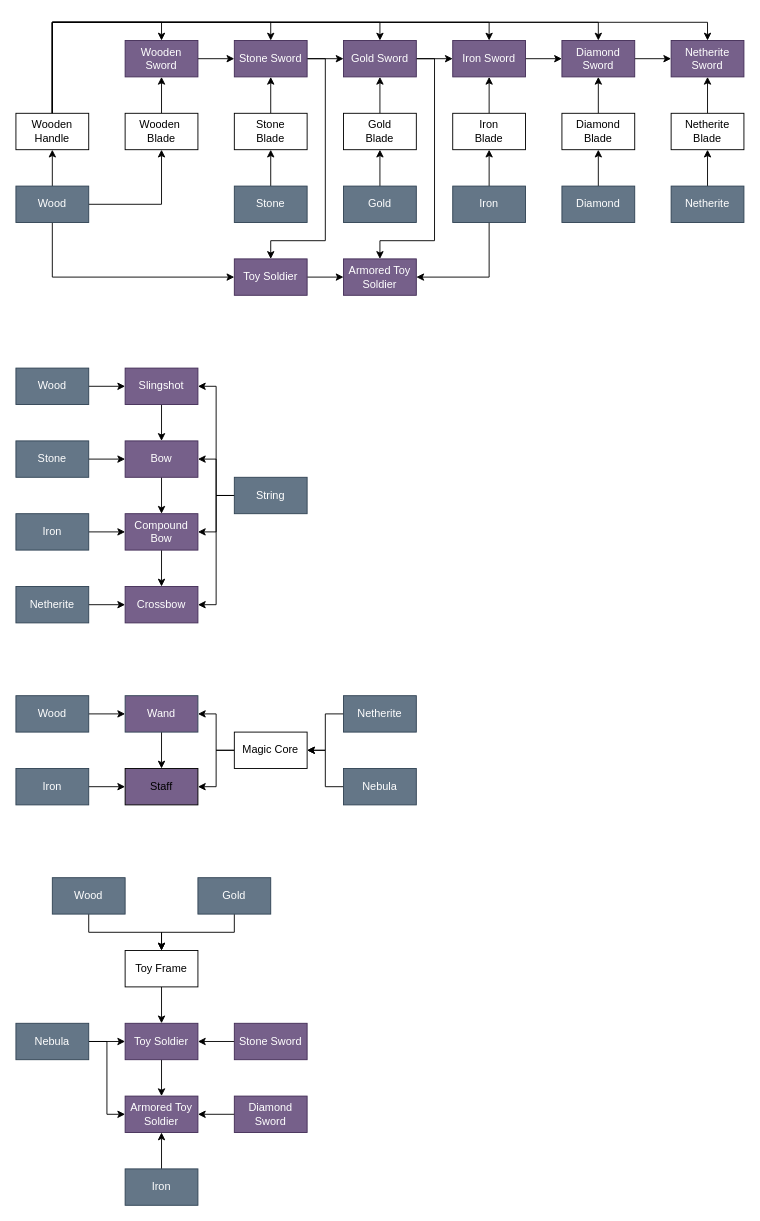
The draw.io diagram docs/Reagent Tree.drawio in SenseiJu/SennetIdle, before the edit. Source tidied: cells renumbered, new cells numbered last; positions are measured from the earlier drawing's top-left corner, leaving out a move shared by most shapes. Both pictures are drawn from the tidied source at 91%, with x=0, y=0 at pixel (15, 22).
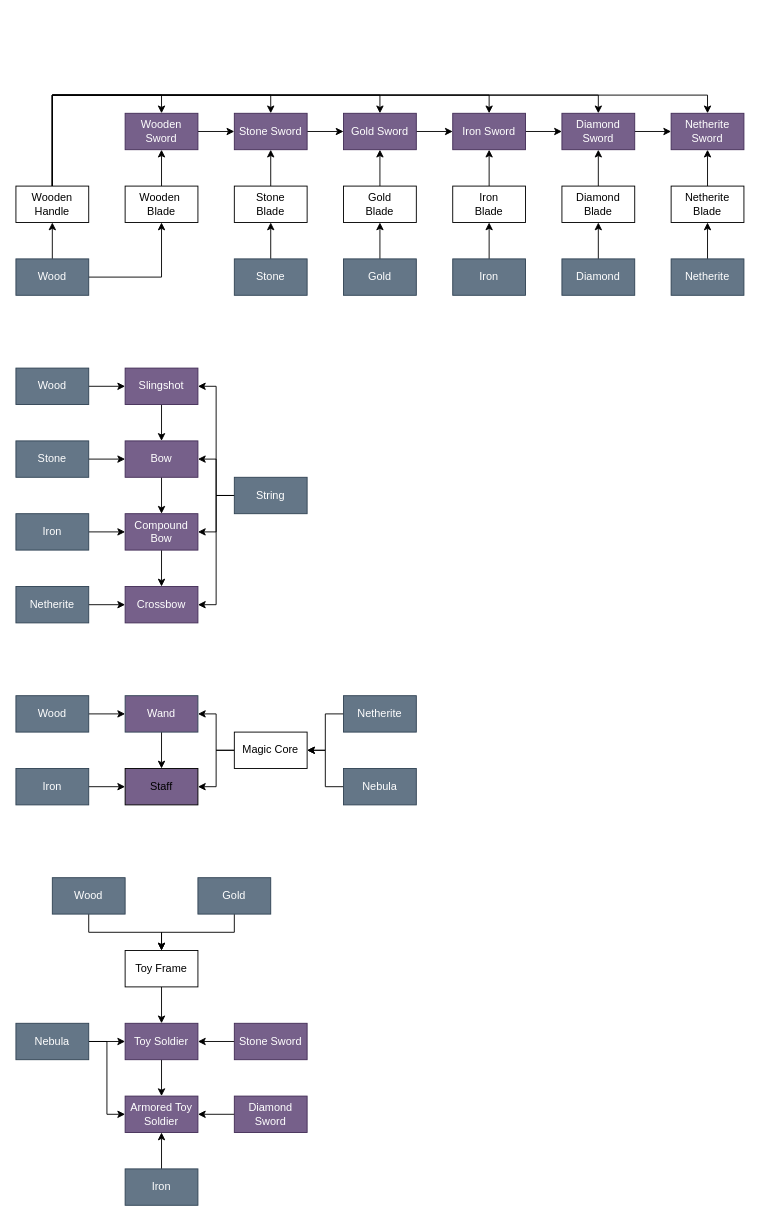
The same diagram, later.

The edit, as a diff of the source:
```diff
@@
-    <mxCell id="4" style="edgeStyle=orthogonalEdgeStyle;rounded=0;jettySize=auto;html=1;entryX=0;entryY=0.5;entryDx=0;entryDy=0;" parent="1" edge="1" source="5" target="52">
-      <mxGeometry relative="1" as="geometry">
-        <Array as="points">
-          <mxPoint x="40" y="280" />
-        </Array>
-      </mxGeometry>
-    </mxCell>
     <mxCell id="5" value="Wood" style="rounded=0;whiteSpace=wrap;html=1;fillColor=#647687;strokeColor=#314354;fontColor=#ffffff;" parent="1" vertex="1">
-      <mxGeometry y="180" width="80" height="40" as="geometry" />
+      <mxGeometry y="260" width="80" height="40" as="geometry" />
     </mxCell>
@@
     <mxCell id="7" value="Wooden&amp;nbsp;&lt;br&gt;Blade" style="rounded=0;whiteSpace=wrap;html=1;" parent="1" vertex="1">
-      <mxGeometry x="120" y="100" width="80" height="40" as="geometry" />
+      <mxGeometry x="120" y="180" width="80" height="40" as="geometry" />
     </mxCell>
     <mxCell id="8" style="edgeStyle=orthogonalEdgeStyle;rounded=0;jettySize=auto;html=1;entryX=0.5;entryY=0;entryDx=0;entryDy=0;" parent="1" edge="1" source="14" target="50">
       <mxGeometry relative="1" as="geometry">
         <Array as="points">
-          <mxPoint x="40" />
-          <mxPoint x="400" />
+          <mxPoint x="40" y="80" />
+          <mxPoint x="400" y="80" />
         </Array>
       </mxGeometry>
     </mxCell>
     <mxCell id="9" style="edgeStyle=orthogonalEdgeStyle;rounded=0;jettySize=auto;html=1;entryX=0.5;entryY=0;entryDx=0;entryDy=0;" parent="1" edge="1" source="14" target="45">
       <mxGeometry relative="1" as="geometry">
         <Array as="points">
-          <mxPoint x="40" />
-          <mxPoint x="640" />
+          <mxPoint x="40" y="80" />
+          <mxPoint x="640" y="80" />
         </Array>
       </mxGeometry>
     </mxCell>
     <mxCell id="10" style="edgeStyle=orthogonalEdgeStyle;rounded=0;jettySize=auto;html=1;entryX=0.5;entryY=0;entryDx=0;entryDy=0;" parent="1" edge="1" source="14" target="32">
       <mxGeometry relative="1" as="geometry">
         <Array as="points">
-          <mxPoint x="40" />
-          <mxPoint x="280" />
+          <mxPoint x="40" y="80" />
+          <mxPoint x="280" y="80" />
         </Array>
       </mxGeometry>
     </mxCell>
     <mxCell id="11" style="edgeStyle=orthogonalEdgeStyle;rounded=0;jettySize=auto;html=1;entryX=0.5;entryY=0;entryDx=0;entryDy=0;" parent="1" edge="1" source="14" target="16">
       <mxGeometry relative="1" as="geometry">
         <Array as="points">
-          <mxPoint x="40" />
-          <mxPoint x="160" />
+          <mxPoint x="40" y="80" />
+          <mxPoint x="160" y="80" />
         </Array>
       </mxGeometry>
     </mxCell>
     <mxCell id="12" style="edgeStyle=orthogonalEdgeStyle;rounded=0;jettySize=auto;html=1;entryX=0.5;entryY=0;entryDx=0;entryDy=0;" parent="1" edge="1" source="14" target="47">
       <mxGeometry relative="1" as="geometry">
         <Array as="points">
-          <mxPoint x="40" />
-          <mxPoint x="520" />
+          <mxPoint x="40" y="80" />
+          <mxPoint x="520" y="80" />
         </Array>
       </mxGeometry>
     </mxCell>
     <mxCell id="13" style="edgeStyle=orthogonalEdgeStyle;rounded=0;jettySize=auto;html=1;entryX=0.5;entryY=0;entryDx=0;entryDy=0;" parent="1" edge="1" source="14" target="43">
       <mxGeometry relative="1" as="geometry">
         <Array as="points">
-          <mxPoint x="40" />
-          <mxPoint x="760" />
+          <mxPoint x="40" y="80" />
+          <mxPoint x="760" y="80" />
         </Array>
       </mxGeometry>
     </mxCell>
     <mxCell id="14" value="Wooden Handle" style="rounded=0;whiteSpace=wrap;html=1;" parent="1" vertex="1">
-      <mxGeometry y="100" width="80" height="40" as="geometry" />
+      <mxGeometry y="180" width="80" height="40" as="geometry" />
     </mxCell>
@@
     <mxCell id="16" value="Wooden Sword" style="rounded=0;whiteSpace=wrap;html=1;fillColor=#76608a;fontColor=#ffffff;strokeColor=#432D57;" parent="1" vertex="1">
-      <mxGeometry x="120" y="20" width="80" height="40" as="geometry" />
+      <mxGeometry x="120" y="100" width="80" height="40" as="geometry" />
     </mxCell>
@@
     <mxCell id="18" value="Stone" style="rounded=0;whiteSpace=wrap;html=1;fillColor=#647687;strokeColor=#314354;fontColor=#ffffff;" parent="1" vertex="1">
-      <mxGeometry x="240" y="180" width="80" height="40" as="geometry" />
+      <mxGeometry x="240" y="260" width="80" height="40" as="geometry" />
     </mxCell>
@@
-    <mxCell id="20" style="edgeStyle=orthogonalEdgeStyle;rounded=0;jettySize=auto;html=1;entryX=1;entryY=0.5;entryDx=0;entryDy=0;" parent="1" edge="1" source="21" target="53">
-      <mxGeometry relative="1" as="geometry">
-        <Array as="points">
-          <mxPoint x="520" y="280" />
-        </Array>
-      </mxGeometry>
-    </mxCell>
     <mxCell id="21" value="Iron" style="rounded=0;whiteSpace=wrap;html=1;fillColor=#647687;strokeColor=#314354;fontColor=#ffffff;" parent="1" vertex="1">
-      <mxGeometry x="480" y="180" width="80" height="40" as="geometry" />
+      <mxGeometry x="480" y="260" width="80" height="40" as="geometry" />
     </mxCell>
@@
     <mxCell id="23" value="Gold" style="rounded=0;whiteSpace=wrap;html=1;fillColor=#647687;strokeColor=#314354;fontColor=#ffffff;" parent="1" vertex="1">
-      <mxGeometry x="360" y="180" width="80" height="40" as="geometry" />
+      <mxGeometry x="360" y="260" width="80" height="40" as="geometry" />
     </mxCell>
@@
     <mxCell id="25" value="Diamond" style="rounded=0;whiteSpace=wrap;html=1;fillColor=#647687;strokeColor=#314354;fontColor=#ffffff;" parent="1" vertex="1">
-      <mxGeometry x="600" y="180" width="80" height="40" as="geometry" />
+      <mxGeometry x="600" y="260" width="80" height="40" as="geometry" />
     </mxCell>
@@
     <mxCell id="27" value="Netherite" style="rounded=0;whiteSpace=wrap;html=1;fillColor=#647687;strokeColor=#314354;fontColor=#ffffff;" parent="1" vertex="1">
-      <mxGeometry x="720" y="180" width="80" height="40" as="geometry" />
+      <mxGeometry x="720" y="260" width="80" height="40" as="geometry" />
     </mxCell>
@@
-    <mxCell id="31" style="edgeStyle=orthogonalEdgeStyle;rounded=0;jettySize=auto;html=1;entryX=0.5;entryY=0;entryDx=0;entryDy=0;" parent="1" edge="1" source="32" target="52">
-      <mxGeometry relative="1" as="geometry">
-        <Array as="points">
-          <mxPoint x="340" y="40" />
-          <mxPoint x="340" y="240" />
-          <mxPoint x="280" y="240" />
-        </Array>
-      </mxGeometry>
-    </mxCell>
     <mxCell id="32" value="Stone Sword" style="rounded=0;whiteSpace=wrap;html=1;fillColor=#76608a;fontColor=#ffffff;strokeColor=#432D57;" parent="1" vertex="1">
-      <mxGeometry x="240" y="20" width="80" height="40" as="geometry" />
+      <mxGeometry x="240" y="100" width="80" height="40" as="geometry" />
     </mxCell>
@@
     <mxCell id="34" value="Stone &lt;br&gt;Blade" style="rounded=0;whiteSpace=wrap;html=1;" parent="1" vertex="1">
-      <mxGeometry x="240" y="100" width="80" height="40" as="geometry" />
+      <mxGeometry x="240" y="180" width="80" height="40" as="geometry" />
     </mxCell>
@@
     <mxCell id="36" value="Gold&lt;br&gt;Blade" style="rounded=0;whiteSpace=wrap;html=1;" parent="1" vertex="1">
-      <mxGeometry x="360" y="100" width="80" height="40" as="geometry" />
+      <mxGeometry x="360" y="180" width="80" height="40" as="geometry" />
     </mxCell>
@@
     <mxCell id="38" value="Iron&lt;br&gt;Blade" style="rounded=0;whiteSpace=wrap;html=1;" parent="1" vertex="1">
-      <mxGeometry x="480" y="100" width="80" height="40" as="geometry" />
+      <mxGeometry x="480" y="180" width="80" height="40" as="geometry" />
     </mxCell>
@@
     <mxCell id="40" value="Diamond&lt;br&gt;Blade" style="rounded=0;whiteSpace=wrap;html=1;" parent="1" vertex="1">
-      <mxGeometry x="600" y="100" width="80" height="40" as="geometry" />
+      <mxGeometry x="600" y="180" width="80" height="40" as="geometry" />
     </mxCell>
@@
     <mxCell id="42" value="Netherite&lt;br&gt;Blade" style="rounded=0;whiteSpace=wrap;html=1;" parent="1" vertex="1">
-      <mxGeometry x="720" y="100" width="80" height="40" as="geometry" />
+      <mxGeometry x="720" y="180" width="80" height="40" as="geometry" />
     </mxCell>
     <mxCell id="43" value="Netherite&lt;br&gt;Sword" style="rounded=0;whiteSpace=wrap;html=1;fillColor=#76608a;fontColor=#ffffff;strokeColor=#432D57;" parent="1" vertex="1">
-      <mxGeometry x="720" y="20" width="80" height="40" as="geometry" />
+      <mxGeometry x="720" y="100" width="80" height="40" as="geometry" />
     </mxCell>
@@
     <mxCell id="45" value="Diamond Sword" style="rounded=0;whiteSpace=wrap;html=1;fillColor=#76608a;fontColor=#ffffff;strokeColor=#432D57;" parent="1" vertex="1">
-      <mxGeometry x="600" y="20" width="80" height="40" as="geometry" />
+      <mxGeometry x="600" y="100" width="80" height="40" as="geometry" />
     </mxCell>
@@
     <mxCell id="47" value="Iron Sword" style="rounded=0;whiteSpace=wrap;html=1;fillColor=#76608a;fontColor=#ffffff;strokeColor=#432D57;" parent="1" vertex="1">
-      <mxGeometry x="480" y="20" width="80" height="40" as="geometry" />
+      <mxGeometry x="480" y="100" width="80" height="40" as="geometry" />
     </mxCell>
@@
-    <mxCell id="49" style="edgeStyle=orthogonalEdgeStyle;rounded=0;jettySize=auto;html=1;entryX=0.5;entryY=0;entryDx=0;entryDy=0;" parent="1" edge="1" source="50" target="53">
-      <mxGeometry relative="1" as="geometry">
-        <Array as="points">
-          <mxPoint x="460" y="40" />
-          <mxPoint x="460" y="240" />
-          <mxPoint x="400" y="240" />
-        </Array>
-      </mxGeometry>
-    </mxCell>
     <mxCell id="50" value="Gold Sword" style="rounded=0;whiteSpace=wrap;html=1;fillColor=#76608a;fontColor=#ffffff;strokeColor=#432D57;" parent="1" vertex="1">
-      <mxGeometry x="360" y="20" width="80" height="40" as="geometry" />
+      <mxGeometry x="360" y="100" width="80" height="40" as="geometry" />
     </mxCell>
-    <mxCell id="51" style="edgeStyle=orthogonalEdgeStyle;rounded=0;jettySize=auto;html=1;exitX=1;exitY=0.5;exitDx=0;exitDy=0;" parent="1" edge="1" source="52" target="53">
-      <mxGeometry relative="1" as="geometry" />
-    </mxCell>
-    <mxCell id="52" value="Toy Soldier" style="rounded=0;whiteSpace=wrap;html=1;fillColor=#76608a;fontColor=#ffffff;strokeColor=#432D57;" parent="1" vertex="1">
-      <mxGeometry x="240" y="260" width="80" height="40" as="geometry" />
-    </mxCell>
-    <mxCell id="53" value="Armored Toy Soldier" style="rounded=0;whiteSpace=wrap;html=1;fillColor=#76608a;fontColor=#ffffff;strokeColor=#432D57;" parent="1" vertex="1">
-      <mxGeometry x="360" y="260" width="80" height="40" as="geometry" />
-    </mxCell>
```
